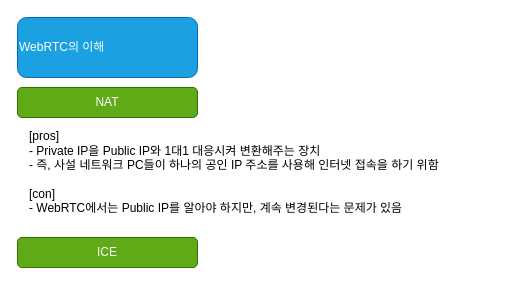
This is 제목 없는 다이어그램.drawio from jdragon96/documents, a draw.io file, before an edit. Source tidied: cells renumbered, new cells numbered last; positions are measured from the earlier drawing's top-left corner, leaving out a move shared by most shapes. Both pictures are drawn from the tidied source at 100%, with x=0, y=0 at pixel (17, 17).
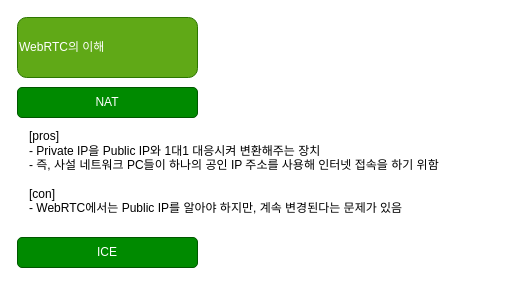
The same page after the edit.

Commit message (it also covers changes not shown here):
제목 없는 다이어그램.drawio 업데이트

What changed in the source:
```diff
@@
 <mxGraphModel>
   <root>
     <mxCell id="0" />
     <mxCell id="1" parent="0" />
-    <mxCell id="2" value="WebRTC의 이해" style="rounded=1;whiteSpace=wrap;html=1;fillColor=#1ba1e2;fontColor=#ffffff;strokeColor=#006EAF;align=left;" parent="1" vertex="1">
+    <mxCell id="2" value="WebRTC의 이해" style="rounded=1;whiteSpace=wrap;html=1;fillColor=#60a917;fontColor=#ffffff;strokeColor=#2D7600;align=left;" parent="1" vertex="1">
       <mxGeometry width="180" height="60" as="geometry" />
     </mxCell>
-    <mxCell id="3" value="NAT" style="rounded=1;whiteSpace=wrap;html=1;fillColor=#60a917;fontColor=#ffffff;strokeColor=#2D7600;" parent="1" vertex="1">
+    <mxCell id="3" value="NAT" style="rounded=1;whiteSpace=wrap;html=1;fillColor=#008a00;fontColor=#ffffff;strokeColor=#005700;" parent="1" vertex="1">
       <mxGeometry y="70" width="180" height="30" as="geometry" />
     </mxCell>
-    <mxCell id="4" value="ICE" style="rounded=1;whiteSpace=wrap;html=1;fillColor=#60a917;fontColor=#ffffff;strokeColor=#2D7600;" parent="1" vertex="1">
+    <mxCell id="4" value="ICE" style="rounded=1;whiteSpace=wrap;html=1;fillColor=#008a00;fontColor=#ffffff;strokeColor=#005700;" parent="1" vertex="1">
       <mxGeometry y="220" width="180" height="30" as="geometry" />
     </mxCell>
     <mxCell id="5" value="&lt;div style=&quot;&quot;&gt;&lt;span style=&quot;background-color: initial;&quot;&gt;[pros]&lt;/span&gt;&lt;/div&gt;&lt;div style=&quot;&quot;&gt;&lt;span style=&quot;background-color: initial;&quot;&gt;- Private IP을 Public IP와 1대1 대응시켜 변환해주는 장치&lt;/span&gt;&lt;/div&gt;&lt;div style=&quot;&quot;&gt;- 즉, 사설 네트워크 PC들이 하나의 공인 IP 주소를 사용해 인터넷 접속을 하기 위함&lt;/div&gt;&lt;div style=&quot;&quot;&gt;&lt;br&gt;&lt;/div&gt;&lt;div style=&quot;&quot;&gt;[con]&lt;/div&gt;&lt;div style=&quot;&quot;&gt;- WebRTC에서는 Public IP를 알아야 하지만, 계속 변경된다는 문제가 있음&lt;/div&gt;" style="text;html=1;align=left;verticalAlign=middle;strokeColor=none;fillColor=none;" parent="1" vertex="1">
       <mxGeometry x="10" y="105" width="460" height="100" as="geometry" />
     </mxCell>
   </root>
 </mxGraphModel>
```
